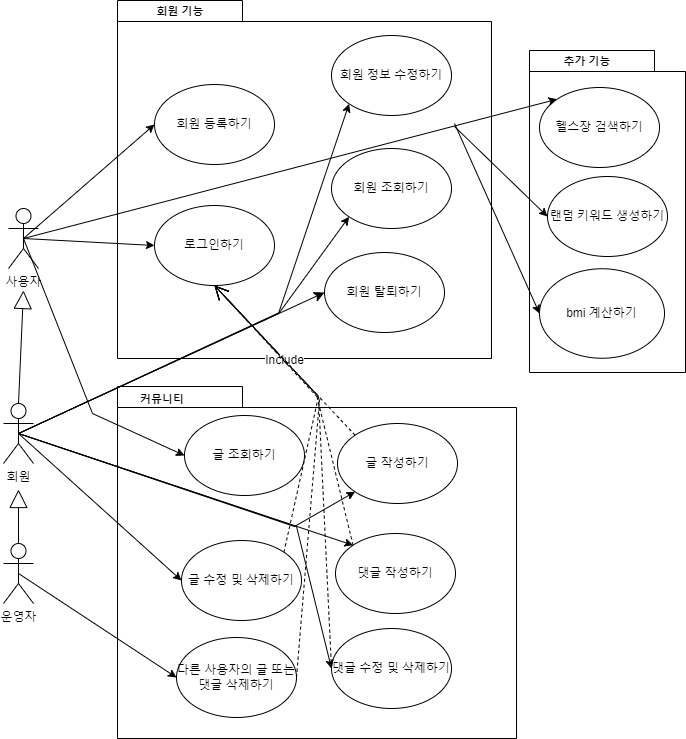
Earlier version of the draw.io export Capstone_usecase.drawio.png (mikejigglypuff/SWCapstone). Source tidied: cells renumbered, new cells last; positions are measured from the earlier drawing's top-left corner, leaving out a move shared by most shapes.
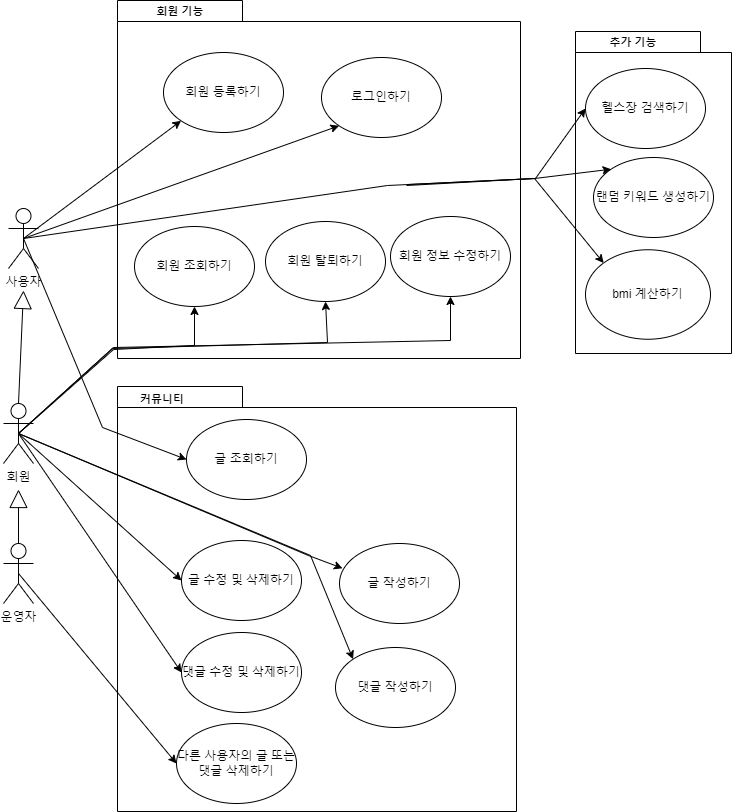
After the change.

Diff of the diagram source:
```diff
@@ -6,86 +6,140 @@
       <mxGeometry x="5" y="208" width="30" height="60" as="geometry" />
     </mxCell>
     <mxCell id="3" style="shape=folder;fontStyle=1;spacingTop=10;tabWidth=125;tabHeight=21;tabPosition=left;html=1;fontSize=11;" parent="1" vertex="1">
-      <mxGeometry x="114" width="374" height="358" as="geometry" />
+      <mxGeometry x="114" width="403" height="358" as="geometry" />
     </mxCell>
     <mxCell id="4" value="회원 기능" style="text;align=center;fontStyle=1;verticalAlign=middle;spacingLeft=3;spacingRight=3;strokeColor=none;fontSize=11;" parent="1" vertex="1">
       <mxGeometry x="137" width="80" height="20" as="geometry" />
     </mxCell>
     <mxCell id="5" value="로그인하기" style="ellipse;whiteSpace=wrap;html=1;" parent="1" vertex="1">
-      <mxGeometry x="151" y="205" width="120" height="80" as="geometry" />
+      <mxGeometry x="318" y="57" width="120" height="80" as="geometry" />
     </mxCell>
     <mxCell id="6" value="회원 등록하기" style="ellipse;whiteSpace=wrap;html=1;" parent="1" vertex="1">
-      <mxGeometry x="151" y="84" width="120" height="80" as="geometry" />
+      <mxGeometry x="160" y="52" width="120" height="80" as="geometry" />
     </mxCell>
     <mxCell id="7" style="shape=folder;fontStyle=1;spacingTop=10;tabWidth=125;tabHeight=21;tabPosition=left;html=1;fontSize=11;" parent="1" vertex="1">
-      <mxGeometry x="114" y="386" width="399" height="352" as="geometry" />
+      <mxGeometry x="114" y="386" width="399" height="425" as="geometry" />
     </mxCell>
     <mxCell id="8" value="커뮤니티" style="text;align=center;fontStyle=1;verticalAlign=middle;spacingLeft=3;spacingRight=3;strokeColor=none;fontSize=11;" parent="1" vertex="1">
       <mxGeometry x="119" y="388" width="80" height="20" as="geometry" />
     </mxCell>
     <mxCell id="9" value="글 작성하기" style="ellipse;whiteSpace=wrap;html=1;" parent="1" vertex="1">
-      <mxGeometry x="334" y="423" width="120" height="80" as="geometry" />
+      <mxGeometry x="336" y="543" width="120" height="80" as="geometry" />
     </mxCell>
     <mxCell id="10" value="댓글 작성하기" style="ellipse;whiteSpace=wrap;html=1;" parent="1" vertex="1">
-      <mxGeometry x="332" y="533" width="120" height="80" as="geometry" />
+      <mxGeometry x="332" y="647" width="120" height="80" as="geometry" />
     </mxCell>
     <mxCell id="11" value="글 수정 및 삭제하기" style="ellipse;whiteSpace=wrap;html=1;" parent="1" vertex="1">
       <mxGeometry x="178" y="540" width="120" height="80" as="geometry" />
     </mxCell>
     <mxCell id="12" value="댓글 수정 및 삭제하기" style="ellipse;whiteSpace=wrap;html=1;" parent="1" vertex="1">
-      <mxGeometry x="328" y="628" width="120" height="80" as="geometry" />
+      <mxGeometry x="178" y="632" width="120" height="80" as="geometry" />
     </mxCell>
     <mxCell id="13" value="회원 탈퇴하기" style="ellipse;whiteSpace=wrap;html=1;" parent="1" vertex="1">
-      <mxGeometry x="321" y="252" width="120" height="80" as="geometry" />
+      <mxGeometry x="262" y="221" width="120" height="80" as="geometry" />
     </mxCell>
     <mxCell id="14" value="글 조회하기" style="ellipse;whiteSpace=wrap;html=1;" parent="1" vertex="1">
-      <mxGeometry x="181" y="415" width="120" height="80" as="geometry" />
+      <mxGeometry x="183" y="419" width="120" height="80" as="geometry" />
     </mxCell>
     <mxCell id="15" value="회원 조회하기" style="ellipse;whiteSpace=wrap;html=1;" parent="1" vertex="1">
-      <mxGeometry x="328" y="148" width="120" height="80" as="geometry" />
+      <mxGeometry x="131" y="226" width="120" height="80" as="geometry" />
     </mxCell>
     <mxCell id="16" style="shape=folder;fontStyle=1;spacingTop=10;tabWidth=125;tabHeight=21;tabPosition=left;html=1;fontSize=11;" parent="1" vertex="1">
-      <mxGeometry x="526" y="50" width="156" height="322" as="geometry" />
+      <mxGeometry x="572" y="31" width="156" height="322" as="geometry" />
     </mxCell>
     <mxCell id="17" value="추가 기능" style="text;align=center;fontStyle=1;verticalAlign=middle;spacingLeft=3;spacingRight=3;strokeColor=none;fontSize=11;" parent="1" vertex="1">
-      <mxGeometry x="544" y="50" width="80" height="20" as="geometry" />
+      <mxGeometry x="590" y="31" width="80" height="20" as="geometry" />
     </mxCell>
     <mxCell id="18" value="헬스장 검색하기" style="ellipse;whiteSpace=wrap;html=1;" parent="1" vertex="1">
-      <mxGeometry x="536" y="87" width="120" height="80" as="geometry" />
+      <mxGeometry x="582" y="68" width="120" height="80" as="geometry" />
     </mxCell>
     <mxCell id="19" value="bmi 계산하기" style="ellipse;whiteSpace=wrap;html=1;" parent="1" vertex="1">
-      <mxGeometry x="536" y="268.2" width="125" height="89.5" as="geometry" />
+      <mxGeometry x="582" y="249.2" width="125" height="89.5" as="geometry" />
     </mxCell>
     <mxCell id="20" value="다른 사용자의 글 또는 댓글 삭제하기" style="ellipse;whiteSpace=wrap;html=1;" parent="1" vertex="1">
-      <mxGeometry x="173" y="637" width="120" height="80" as="geometry" />
+      <mxGeometry x="173" y="723" width="120" height="80" as="geometry" />
     </mxCell>
     <mxCell id="21" value="회원 정보 수정하기" style="ellipse;whiteSpace=wrap;html=1;" parent="1" vertex="1">
-      <mxGeometry x="328" y="35" width="120" height="80" as="geometry" />
+      <mxGeometry x="387" y="216" width="120" height="80" as="geometry" />
     </mxCell>
     <mxCell id="22" value="랜덤 키워드 생성하기" style="ellipse;whiteSpace=wrap;html=1;" parent="1" vertex="1">
-      <mxGeometry x="544" y="176" width="120" height="80" as="geometry" />
+      <mxGeometry x="590" y="157" width="120" height="80" as="geometry" />
     </mxCell>
+    <mxCell id="34" style="endArrow=classic;html=1;rounded=0;entryX=0;entryY=1;entryDx=0;entryDy=0;exitX=0.5;exitY=0.5;exitDx=0;exitDy=0;exitPerimeter=0;" parent="1" edge="1" source="2" target="5">
+      <mxGeometry relative="1" as="geometry" />
+    </mxCell>
+    <mxCell id="33" style="endArrow=classic;html=1;rounded=0;entryX=0;entryY=1;entryDx=0;entryDy=0;exitX=0.5;exitY=0.5;exitDx=0;exitDy=0;exitPerimeter=0;" parent="1" edge="1" source="2" target="6">
+      <mxGeometry relative="1" as="geometry" />
+    </mxCell>
     <mxCell id="23" value="회원" style="shape=umlActor;verticalLabelPosition=bottom;verticalAlign=top;html=1;" parent="1" vertex="1">
       <mxGeometry y="403" width="30" height="60" as="geometry" />
     </mxCell>
+    <mxCell id="36" style="endArrow=classic;html=1;rounded=0;entryX=0.5;entryY=1;entryDx=0;entryDy=0;exitX=0.5;exitY=0.5;exitDx=0;exitDy=0;exitPerimeter=0;" parent="1" edge="1" source="23" target="21">
+      <mxGeometry relative="1" as="geometry">
+        <Array as="points">
+          <mxPoint x="110" y="347" />
+          <mxPoint x="447" y="340" />
+        </Array>
+      </mxGeometry>
+    </mxCell>
+    <mxCell id="35" style="endArrow=classic;html=1;rounded=0;entryX=0.5;entryY=1;entryDx=0;entryDy=0;exitX=0.5;exitY=0.5;exitDx=0;exitDy=0;exitPerimeter=0;" parent="1" edge="1" source="23" target="13">
+      <mxGeometry relative="1" as="geometry">
+        <Array as="points">
+          <mxPoint x="109" y="348" />
+          <mxPoint x="324" y="342" />
+        </Array>
+      </mxGeometry>
+    </mxCell>
+    <mxCell id="37" style="endArrow=classic;html=1;rounded=0;entryX=0.5;entryY=1;entryDx=0;entryDy=0;exitX=0.5;exitY=0.5;exitDx=0;exitDy=0;exitPerimeter=0;" parent="1" edge="1" source="23" target="15">
+      <mxGeometry relative="1" as="geometry">
+        <Array as="points">
+          <mxPoint x="110" y="349" />
+          <mxPoint x="191" y="345" />
+        </Array>
+      </mxGeometry>
+    </mxCell>
     <mxCell id="24" style="endArrow=block;endSize=16;endFill=0;html=1;rounded=0;exitX=0.5;exitY=0;exitDx=0;exitDy=0;exitPerimeter=0;" parent="1" edge="1" source="23">
       <mxGeometry relative="1" as="geometry">
         <mxPoint x="20" y="290" as="targetPoint" />
       </mxGeometry>
     </mxCell>
+    <mxCell id="40" style="endArrow=classic;html=1;rounded=0;entryX=0;entryY=0.5;entryDx=0;entryDy=0;exitX=0.5;exitY=0.5;exitDx=0;exitDy=0;exitPerimeter=0;" parent="1" edge="1" source="2" target="18">
+      <mxGeometry relative="1" as="geometry">
+        <Array as="points">
+          <mxPoint x="384" y="185" />
+          <mxPoint x="532" y="178" />
+        </Array>
+      </mxGeometry>
+    </mxCell>
+    <mxCell id="46" style="endArrow=classic;html=1;rounded=0;entryX=0;entryY=0;entryDx=0;entryDy=0;" parent="1" edge="1" target="22">
+      <mxGeometry relative="1" as="geometry">
+        <mxPoint x="403" y="185" as="sourcePoint" />
+        <Array as="points">
+          <mxPoint x="531" y="178" />
+        </Array>
+      </mxGeometry>
+    </mxCell>
     <mxCell id="25" style="endArrow=classic;html=1;rounded=0;exitX=0.5;exitY=0.5;exitDx=0;exitDy=0;exitPerimeter=0;entryX=0;entryY=0;entryDx=0;entryDy=0;" parent="1" edge="1" source="23" target="10">
-      <mxGeometry relative="1" as="geometry" />
+      <mxGeometry relative="1" as="geometry">
+        <Array as="points">
+          <mxPoint x="307" y="555" />
+        </Array>
+      </mxGeometry>
     </mxCell>
     <mxCell id="26" style="endArrow=classic;html=1;rounded=0;entryX=0;entryY=0.5;entryDx=0;entryDy=0;exitX=0.5;exitY=0.5;exitDx=0;exitDy=0;exitPerimeter=0;" parent="1" edge="1" source="23" target="11">
       <mxGeometry relative="1" as="geometry" />
     </mxCell>
     <mxCell id="27" style="endArrow=classic;html=1;rounded=0;entryX=0;entryY=0.5;entryDx=0;entryDy=0;exitX=0.5;exitY=0.5;exitDx=0;exitDy=0;exitPerimeter=0;" parent="1" edge="1" source="23" target="12">
-      <mxGeometry relative="1" as="geometry">
-        <Array as="points">
-          <mxPoint x="293" y="526" />
-        </Array>
-      </mxGeometry>
+      <mxGeometry relative="1" as="geometry" />
     </mxCell>
+    <mxCell id="47" style="endArrow=classic;html=1;rounded=0;entryX=0;entryY=0;entryDx=0;entryDy=0;" parent="1" edge="1" target="19">
+      <mxGeometry relative="1" as="geometry">
+        <mxPoint x="404" y="184" as="sourcePoint" />
+        <Array as="points">
+          <mxPoint x="531" y="178" />
+        </Array>
+      </mxGeometry>
+    </mxCell>
     <mxCell id="28" value="운영자" style="shape=umlActor;verticalLabelPosition=bottom;verticalAlign=top;html=1;" parent="1" vertex="1">
       <mxGeometry y="543" width="30" height="60" as="geometry" />
     </mxCell>
@@ -97,86 +151,19 @@
         <mxPoint x="15" y="489" as="targetPoint" />
       </mxGeometry>
     </mxCell>
-    <mxCell id="31" style="endArrow=classic;html=1;rounded=0;exitX=0.5;exitY=0.5;exitDx=0;exitDy=0;exitPerimeter=0;entryX=0;entryY=1;entryDx=0;entryDy=0;" parent="1" edge="1" source="23" target="9">
+    <mxCell id="31" style="endArrow=classic;html=1;rounded=0;exitX=0.5;exitY=0.5;exitDx=0;exitDy=0;exitPerimeter=0;entryX=0.025;entryY=0.31;entryDx=0;entryDy=0;entryPerimeter=0;" parent="1" edge="1" source="23" target="9">
       <mxGeometry relative="1" as="geometry">
         <Array as="points">
-          <mxPoint x="291" y="526" />
+          <mxPoint x="305" y="555" />
         </Array>
       </mxGeometry>
     </mxCell>
     <mxCell id="32" style="endArrow=classic;html=1;rounded=0;entryX=0;entryY=0.5;entryDx=0;entryDy=0;exitX=0.5;exitY=0.5;exitDx=0;exitDy=0;exitPerimeter=0;" parent="1" edge="1" source="2" target="14">
       <mxGeometry relative="1" as="geometry">
         <Array as="points">
-          <mxPoint x="89" y="413" />
+          <mxPoint x="99" y="427" />
         </Array>
       </mxGeometry>
     </mxCell>
-    <mxCell id="33" style="endArrow=classic;html=1;rounded=0;entryX=0;entryY=0.5;entryDx=0;entryDy=0;exitX=0.5;exitY=0.5;exitDx=0;exitDy=0;exitPerimeter=0;" parent="1" edge="1" source="2" target="6">
-      <mxGeometry relative="1" as="geometry" />
-    </mxCell>
-    <mxCell id="34" style="endArrow=classic;html=1;rounded=0;entryX=0;entryY=0.5;entryDx=0;entryDy=0;exitX=0.5;exitY=0.5;exitDx=0;exitDy=0;exitPerimeter=0;" parent="1" edge="1" source="2" target="5">
-      <mxGeometry relative="1" as="geometry" />
-    </mxCell>
-    <mxCell id="35" style="endArrow=classic;html=1;rounded=0;fontSize=12;startSize=8;endSize=8;curved=1;exitX=0.5;exitY=0.5;exitDx=0;exitDy=0;exitPerimeter=0;entryX=0;entryY=0.5;entryDx=0;entryDy=0;" parent="1" edge="1" source="23" target="13">
-      <mxGeometry relative="1" as="geometry" />
-    </mxCell>
-    <mxCell id="36" style="endArrow=classic;html=1;rounded=0;entryX=0;entryY=1;entryDx=0;entryDy=0;exitX=0.5;exitY=0.5;exitDx=0;exitDy=0;exitPerimeter=0;" parent="1" edge="1" source="23" target="21">
-      <mxGeometry relative="1" as="geometry">
-        <Array as="points">
-          <mxPoint x="275" y="313" />
-        </Array>
-      </mxGeometry>
-    </mxCell>
-    <mxCell id="37" style="endArrow=classic;html=1;rounded=0;entryX=0;entryY=1;entryDx=0;entryDy=0;exitX=0.5;exitY=0.5;exitDx=0;exitDy=0;exitPerimeter=0;" parent="1" edge="1" source="23" target="15">
-      <mxGeometry relative="1" as="geometry">
-        <Array as="points">
-          <mxPoint x="276" y="312" />
-        </Array>
-      </mxGeometry>
-    </mxCell>
-    <mxCell id="38" value="Include" style="endArrow=open;endSize=12;dashed=1;html=1;rounded=0;fontSize=12;curved=1;entryX=0.5;entryY=1;entryDx=0;entryDy=0;exitX=0;exitY=0;exitDx=0;exitDy=0;" parent="1" edge="1" source="9" target="5">
-      <mxGeometry relative="1" as="geometry" />
-    </mxCell>
-    <mxCell id="39" style="endArrow=open;endSize=12;dashed=1;html=1;rounded=0;fontSize=12;entryX=0.5;entryY=1;entryDx=0;entryDy=0;exitX=0;exitY=0;exitDx=0;exitDy=0;" parent="1" edge="1" source="10" target="5">
-      <mxGeometry relative="1" as="geometry">
-        <Array as="points">
-          <mxPoint x="313" y="394" />
-        </Array>
-      </mxGeometry>
-    </mxCell>
-    <mxCell id="40" style="endArrow=classic;html=1;rounded=0;exitX=0.5;exitY=0.5;exitDx=0;exitDy=0;exitPerimeter=0;entryX=0;entryY=0;entryDx=0;entryDy=0;" parent="1" edge="1" source="2" target="18">
-      <mxGeometry relative="1" as="geometry" />
-    </mxCell>
-    <mxCell id="41" style="endArrow=classic;html=1;rounded=0;entryX=0;entryY=0.5;entryDx=0;entryDy=0;" parent="1" edge="1" target="22">
-      <mxGeometry relative="1" as="geometry">
-        <mxPoint x="451" y="126" as="sourcePoint" />
-      </mxGeometry>
-    </mxCell>
-    <mxCell id="42" style="endArrow=classic;html=1;rounded=0;entryX=0;entryY=0.5;entryDx=0;entryDy=0;" parent="1" edge="1" target="19">
-      <mxGeometry relative="1" as="geometry">
-        <mxPoint x="451" y="123" as="sourcePoint" />
-      </mxGeometry>
-    </mxCell>
-    <mxCell id="43" style="endArrow=open;endSize=12;dashed=1;html=1;rounded=0;fontSize=12;exitX=1;exitY=0;exitDx=0;exitDy=0;entryX=0.5;entryY=1;entryDx=0;entryDy=0;" parent="1" edge="1" source="11" target="5">
-      <mxGeometry relative="1" as="geometry">
-        <Array as="points">
-          <mxPoint x="315" y="396" />
-        </Array>
-      </mxGeometry>
-    </mxCell>
-    <mxCell id="44" style="endArrow=open;endSize=12;dashed=1;html=1;rounded=0;fontSize=12;exitX=0;exitY=0.5;exitDx=0;exitDy=0;entryX=0.5;entryY=1;entryDx=0;entryDy=0;" parent="1" edge="1" source="12" target="5">
-      <mxGeometry relative="1" as="geometry">
-        <Array as="points">
-          <mxPoint x="315" y="396" />
-        </Array>
-      </mxGeometry>
-    </mxCell>
-    <mxCell id="45" style="endArrow=open;endSize=12;dashed=1;html=1;rounded=0;fontSize=12;exitX=1;exitY=0.5;exitDx=0;exitDy=0;entryX=0.5;entryY=1;entryDx=0;entryDy=0;" parent="1" edge="1" source="20" target="5">
-      <mxGeometry relative="1" as="geometry">
-        <Array as="points">
-          <mxPoint x="316" y="399" />
-        </Array>
-      </mxGeometry>
-    </mxCell>
   </root>
 </mxGraphModel>
```
